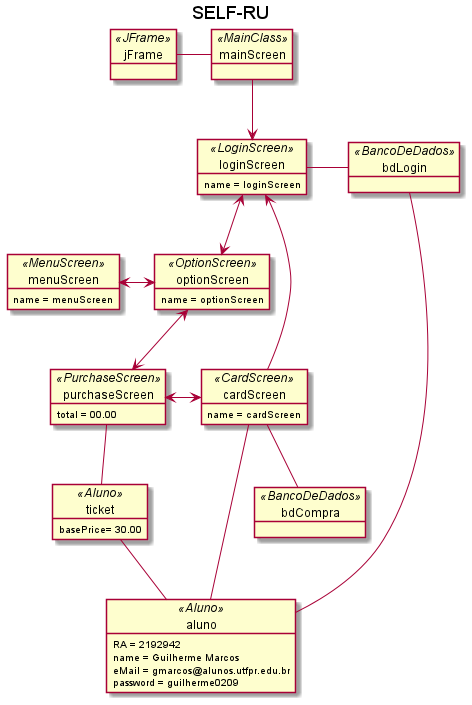
Earlier version of the PlantUML export UML/ProjetoUML-SELF-RU-Objetos.png (GuiMarcos/ProjetoAnaliseDeSistemas). The source it was exported from:
```plantuml
@startuml SELF-RU

title SELF-RU

together {
    object loginScreen <<LoginScreen>> {
        name = loginScreen
    }

    object optionScreen <<OptionScreen>> {
        name = optionScreen
    }
    object purchaseScreen <<PurchaseScreen>>{
        total = 00.00
    }
    object cardScreen <<CardScreen>> {
        name = cardScreen
    }
    object menuScreen <<MenuScreen>> {
        name = menuScreen
    }
}

object ticket <<Aluno>>{
    basePrice= 30.00
}

object aluno <<Aluno>> {
        RA = 2192942
        name = Guilherme Marcos
        eMail = gmarcos@alunos.utfpr.edu.br
        password = guilherme0209
}

object bdLogin <<BancoDeDados>>

object mainScreen <<MainClass>>

object bdCompra <<BancoDeDados>>

object jFrame <<JFrame>>



jFrame -right- mainScreen
mainScreen --> loginScreen
loginScreen -right- bdLogin
bdLogin -- aluno
ticket -- aluno
loginScreen <--> optionScreen
optionScreen <-left-> menuScreen
optionScreen <--> purchaseScreen
purchaseScreen -down- ticket
purchaseScreen <-right-> cardScreen
cardScreen --> loginScreen
cardScreen -- bdCompra
cardScreen -right- aluno
@enduml
```
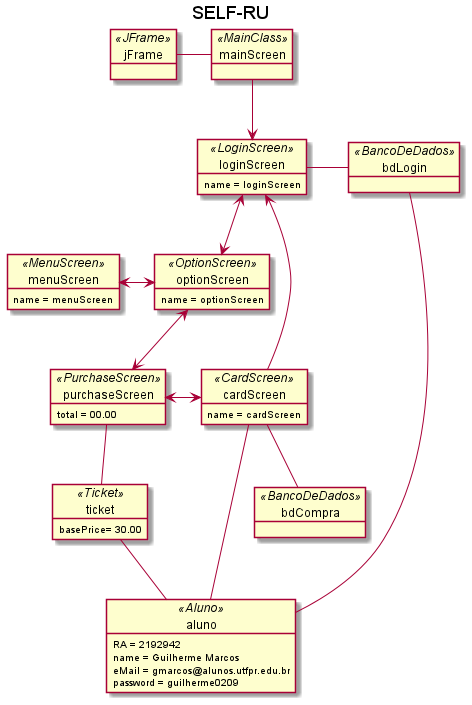
The same file after the commit.

Commit message:
Mais Correções

What changed in the source:
```diff
@@ -21,7 +21,7 @@
     }
 }
 
-object ticket <<Aluno>>{
+object ticket <<Ticket>>{
     basePrice= 30.00
 }
 
```
